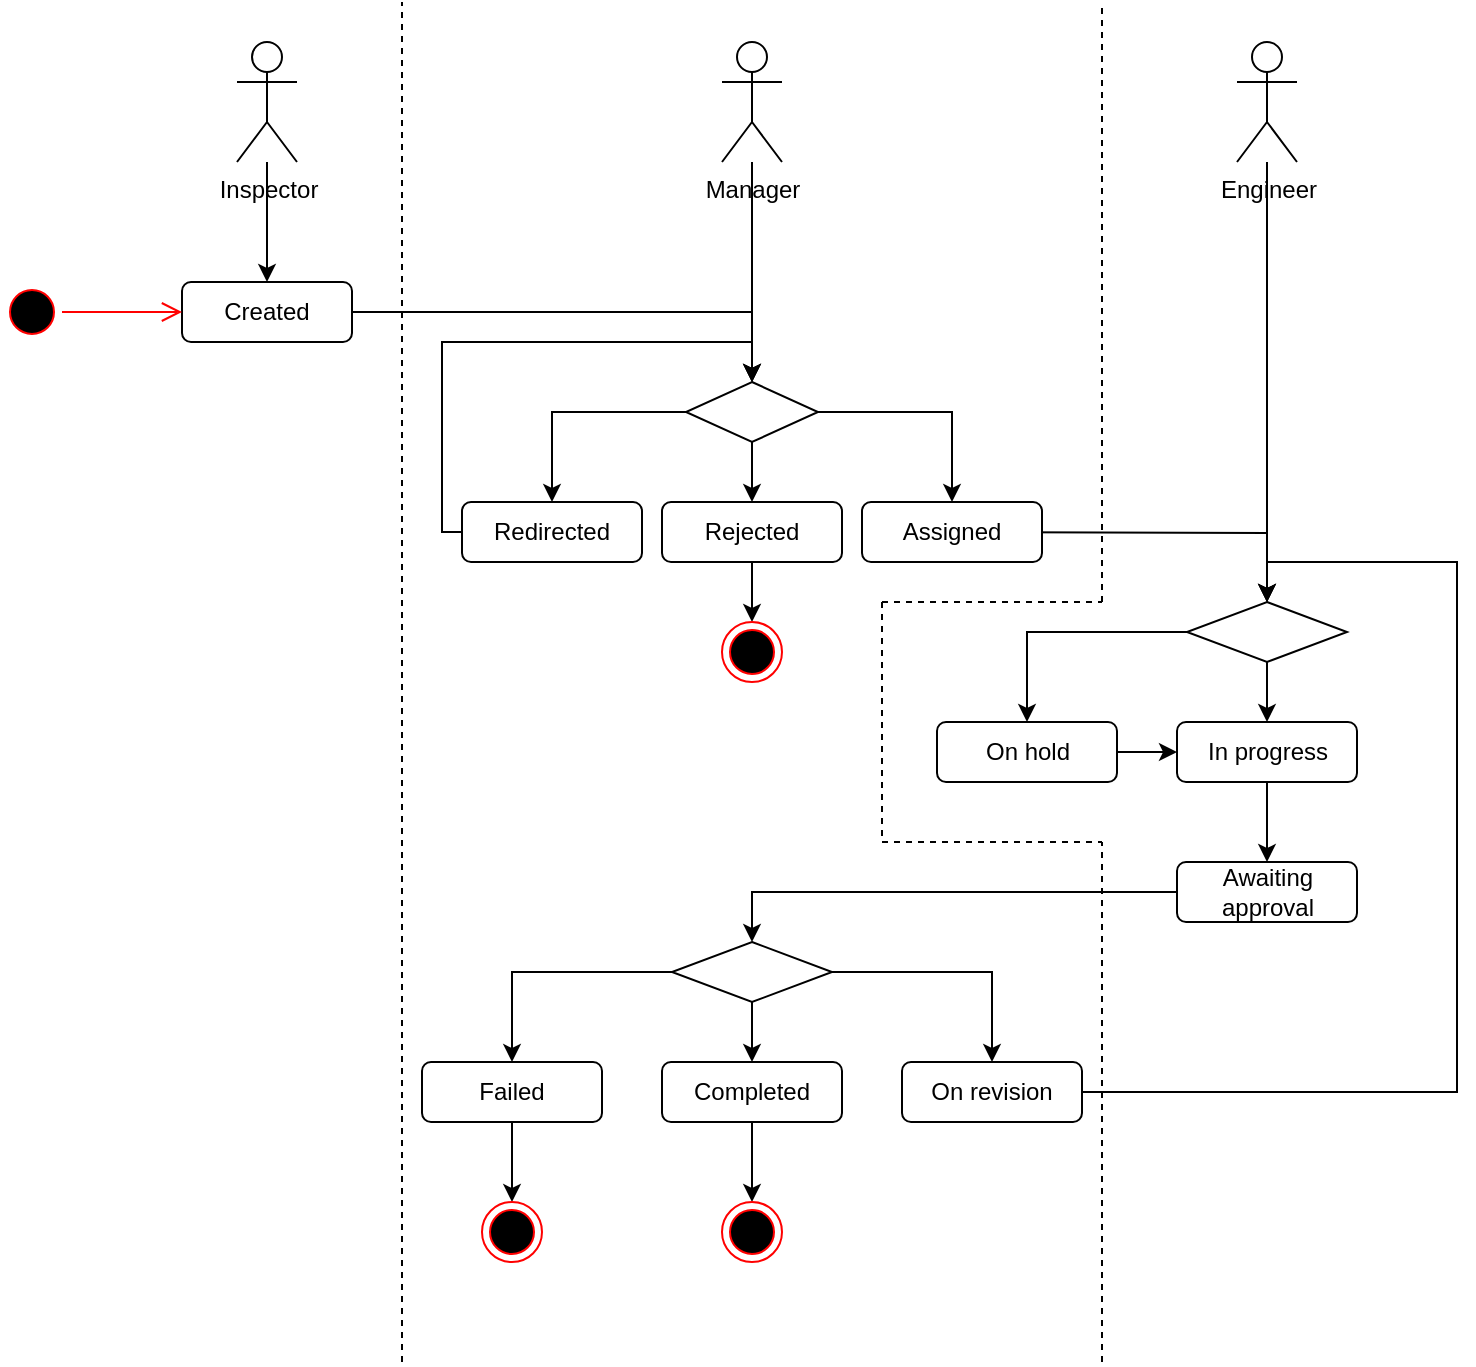
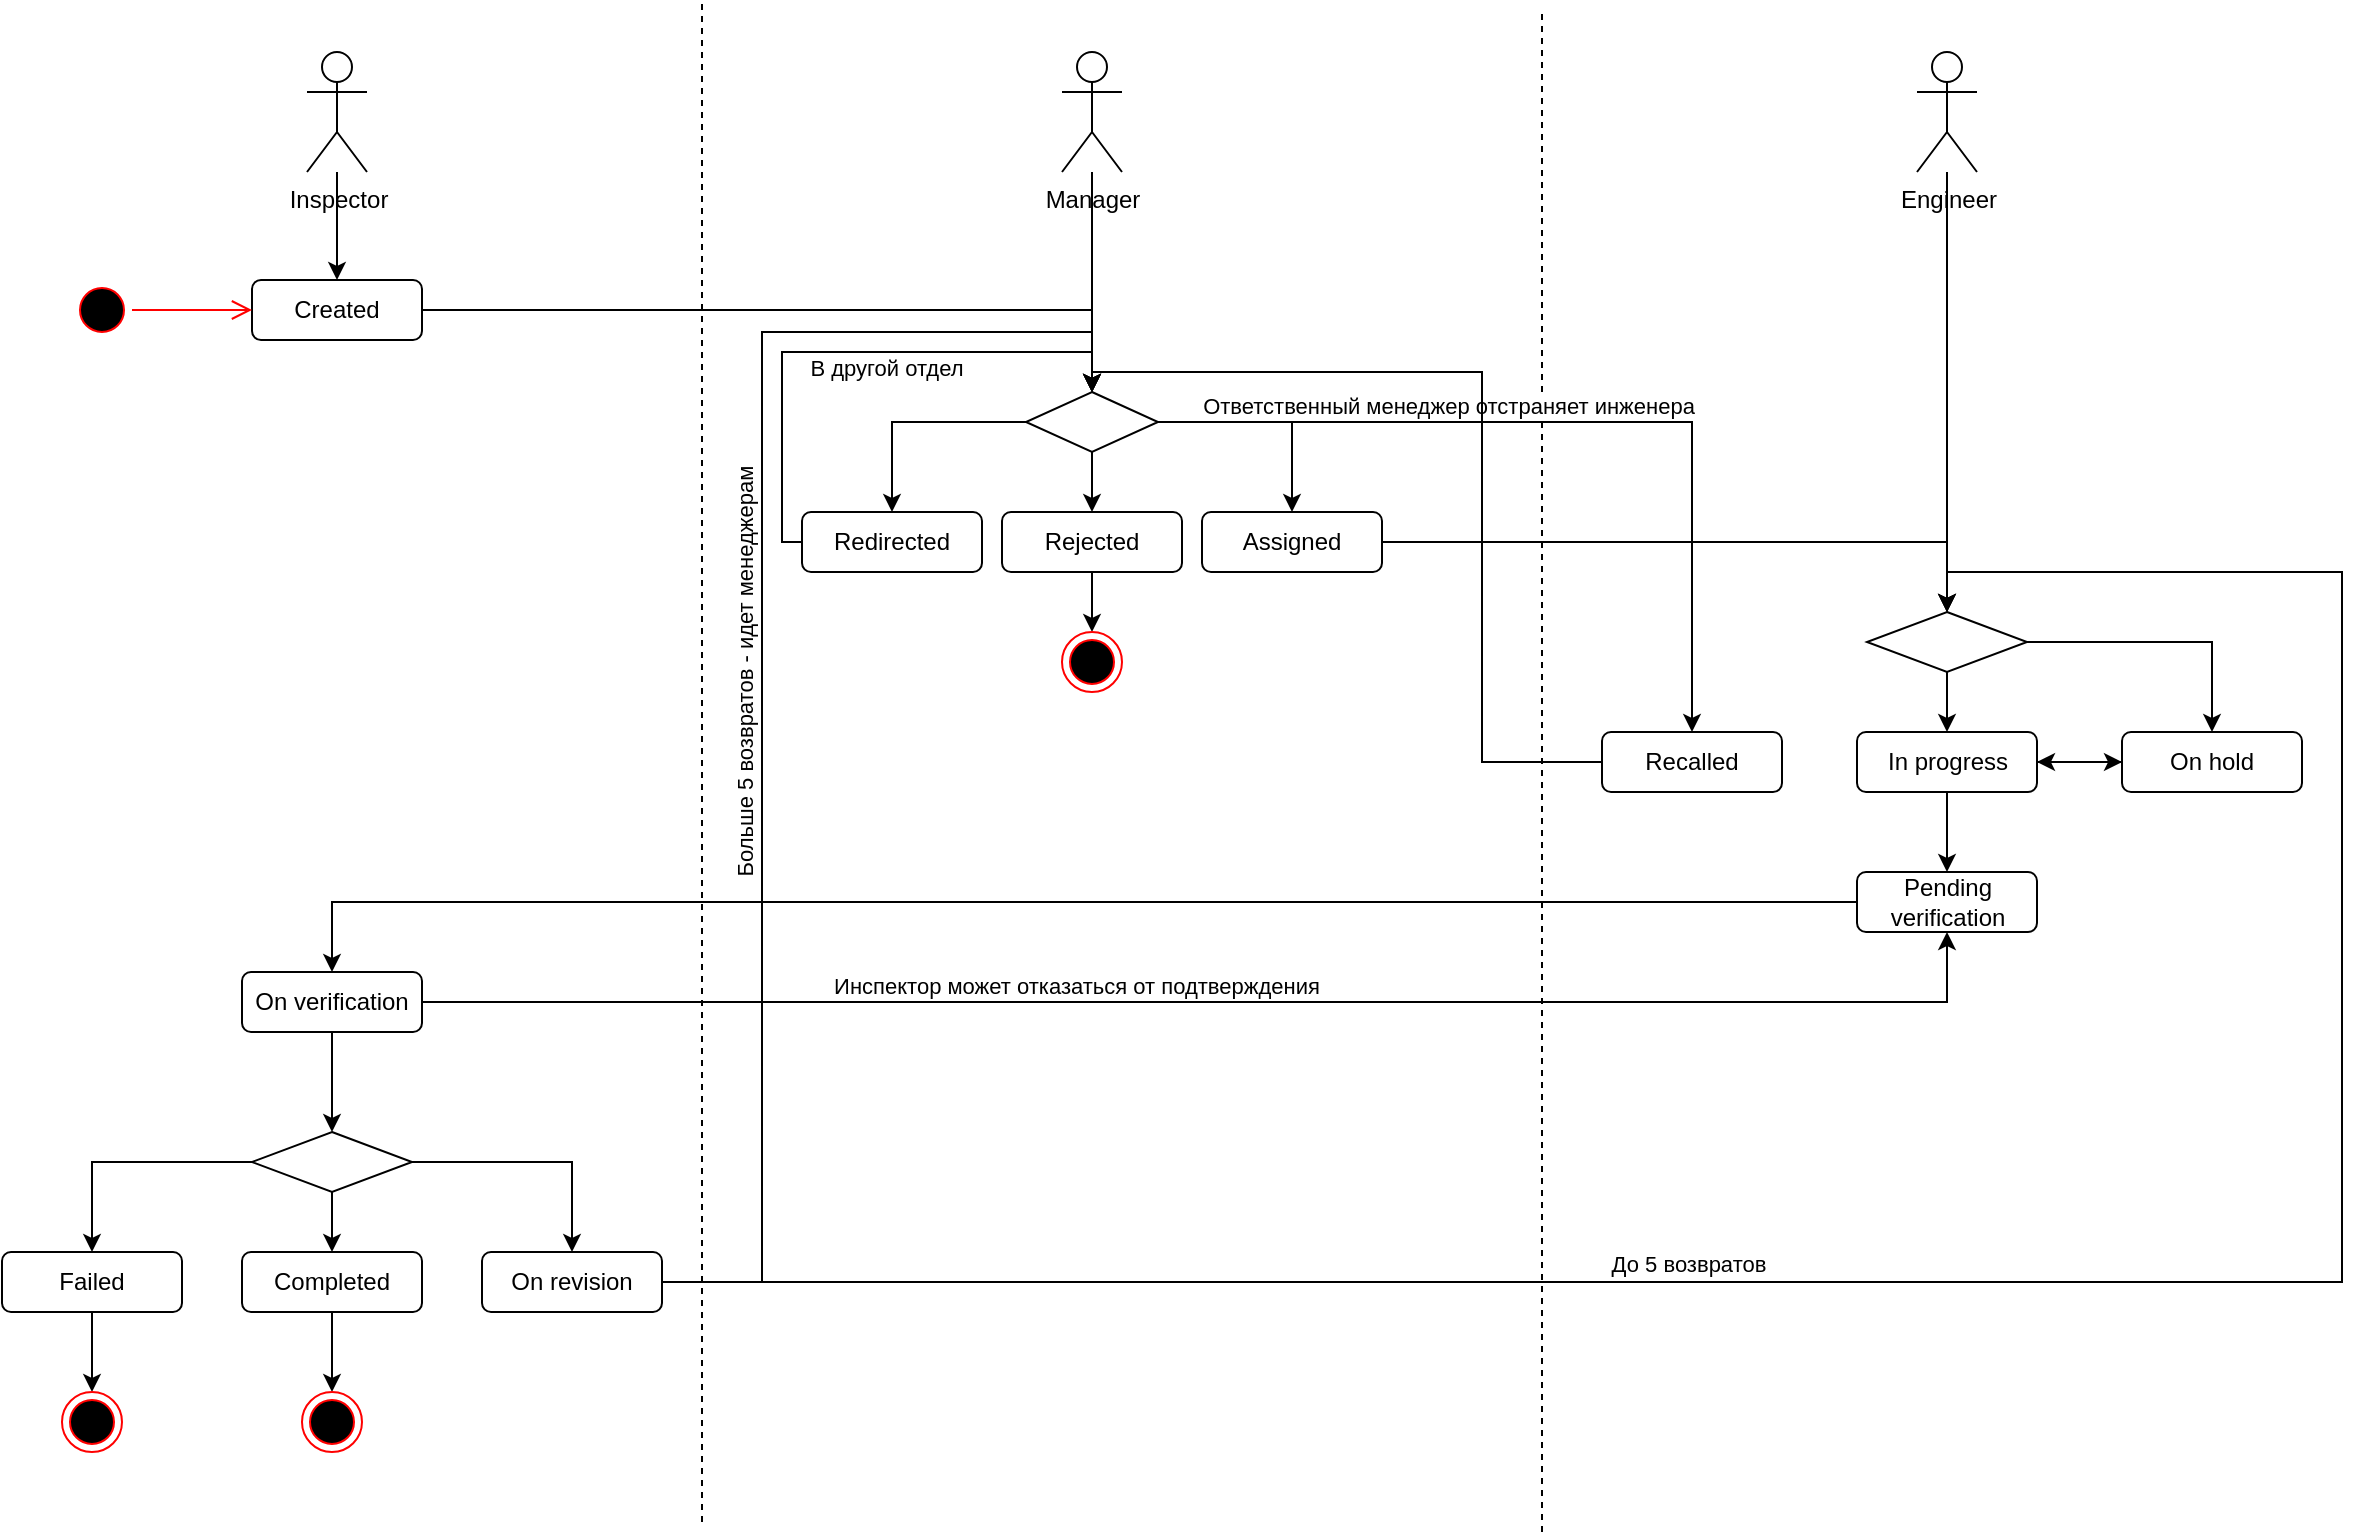
<mxfile host="app.diagrams.net">
  <diagram name="Страница-1" id="VGqS1hN4Rbi0jFYiUq4c">
-     <mxGraphModel dx="1414" dy="777" grid="1" gridSize="10" guides="1" tooltips="1" connect="1" arrows="1" fold="1" page="1" pageScale="1" pageWidth="827" pageHeight="1169" math="0" shadow="0">
+     <mxGraphModel dx="2241" dy="777" grid="1" gridSize="10" guides="1" tooltips="1" connect="1" arrows="1" fold="1" page="1" pageScale="1" pageWidth="827" pageHeight="1169" math="0" shadow="0">
      <root>
        <mxCell id="0" />
        <mxCell id="1" parent="0" />
-         <mxCell id="AjYglrGNXmnf-Mt2epWx-57" edge="1" parent="1" style="endArrow=none;dashed=1;html=1;rounded=0;" value="">
+         <mxCell id="AjYglrGNXmnf-Mt2epWx-57" edge="1" parent="1" style="endArrow=none;dashed=1;html=1;rounded=0;strokeColor=light-dark(#000000,#919191);" value="">
          <mxGeometry height="50" relative="1" width="50" as="geometry">
-             <mxPoint x="280" y="720" as="sourcePoint" />
-             <mxPoint x="280" y="40" as="targetPoint" />
-           </mxGeometry>
-         </mxCell>
-         <mxCell id="AjYglrGNXmnf-Mt2epWx-58" edge="1" parent="1" style="endArrow=none;dashed=1;html=1;rounded=0;" value="">
+             <mxPoint x="260" y="795" as="sourcePoint" />
+             <mxPoint x="260" y="35" as="targetPoint" />
+           </mxGeometry>
+         </mxCell>
+         <mxCell id="AjYglrGNXmnf-Mt2epWx-58" edge="1" parent="1" style="endArrow=none;dashed=1;html=1;rounded=0;strokeColor=light-dark(#000000,#858585);" value="">
          <mxGeometry height="50" relative="1" width="50" as="geometry">
-             <mxPoint x="630" y="340" as="sourcePoint" />
-             <mxPoint x="630" y="40" as="targetPoint" />
+             <mxPoint x="680" y="800" as="sourcePoint" />
+             <mxPoint x="680" y="40" as="targetPoint" />
          </mxGeometry>
        </mxCell>
        <mxCell id="AjYglrGNXmnf-Mt2epWx-17" edge="1" parent="1" source="AjYglrGNXmnf-Mt2epWx-2" style="edgeStyle=orthogonalEdgeStyle;rounded=0;orthogonalLoop=1;jettySize=auto;html=1;entryX=0.5;entryY=0;entryDx=0;entryDy=0;" target="AjYglrGNXmnf-Mt2epWx-11">
          <mxGeometry relative="1" as="geometry" />
        </mxCell>
        <mxCell id="AjYglrGNXmnf-Mt2epWx-2" parent="1" style="shape=umlActor;verticalLabelPosition=bottom;verticalAlign=top;html=1;outlineConnect=0;" value="Manager" vertex="1">
          <mxGeometry height="60" width="30" x="440" y="60" as="geometry" />
        </mxCell>
        <mxCell id="AjYglrGNXmnf-Mt2epWx-9" edge="1" parent="1" source="AjYglrGNXmnf-Mt2epWx-4" style="edgeStyle=orthogonalEdgeStyle;rounded=0;orthogonalLoop=1;jettySize=auto;html=1;entryX=0.5;entryY=0;entryDx=0;entryDy=0;" target="AjYglrGNXmnf-Mt2epWx-8">
          <mxGeometry relative="1" as="geometry" />
        </mxCell>
        <mxCell id="AjYglrGNXmnf-Mt2epWx-4" parent="1" style="shape=umlActor;verticalLabelPosition=bottom;verticalAlign=top;html=1;outlineConnect=0;" value="Inspector" vertex="1">
-           <mxGeometry height="60" width="30" x="197.5" y="60" as="geometry" />
+           <mxGeometry height="60" width="30" x="62.5" y="60" as="geometry" />
        </mxCell>
        <mxCell id="AjYglrGNXmnf-Mt2epWx-24" edge="1" parent="1" source="AjYglrGNXmnf-Mt2epWx-5" style="edgeStyle=orthogonalEdgeStyle;rounded=0;orthogonalLoop=1;jettySize=auto;html=1;entryX=0.5;entryY=0;entryDx=0;entryDy=0;" target="AjYglrGNXmnf-Mt2epWx-22">
          <mxGeometry relative="1" as="geometry" />
        </mxCell>
        <mxCell id="AjYglrGNXmnf-Mt2epWx-5" parent="1" style="shape=umlActor;verticalLabelPosition=bottom;verticalAlign=top;html=1;outlineConnect=0;" value="Engineer" vertex="1">
-           <mxGeometry height="60" width="30" x="697.5" y="60" as="geometry" />
+           <mxGeometry height="60" width="30" x="867.5" y="60" as="geometry" />
        </mxCell>
        <mxCell id="AjYglrGNXmnf-Mt2epWx-12" edge="1" parent="1" source="AjYglrGNXmnf-Mt2epWx-8" style="edgeStyle=orthogonalEdgeStyle;rounded=0;orthogonalLoop=1;jettySize=auto;html=1;entryX=0.5;entryY=0;entryDx=0;entryDy=0;" target="AjYglrGNXmnf-Mt2epWx-11">
          <mxGeometry relative="1" as="geometry" />
        </mxCell>
        <mxCell id="AjYglrGNXmnf-Mt2epWx-8" parent="1" style="rounded=1;whiteSpace=wrap;html=1;" value="Created" vertex="1">
-           <mxGeometry height="30" width="85" x="170" y="180" as="geometry" />
+           <mxGeometry height="30" width="85" x="35" y="174" as="geometry" />
        </mxCell>
        <mxCell id="AjYglrGNXmnf-Mt2epWx-15" edge="1" parent="1" source="AjYglrGNXmnf-Mt2epWx-11" style="edgeStyle=orthogonalEdgeStyle;rounded=0;orthogonalLoop=1;jettySize=auto;html=1;entryX=0.5;entryY=0;entryDx=0;entryDy=0;" target="AjYglrGNXmnf-Mt2epWx-13">
          <mxGeometry relative="1" as="geometry" />
        </mxCell>
        <mxCell id="AjYglrGNXmnf-Mt2epWx-16" edge="1" parent="1" source="AjYglrGNXmnf-Mt2epWx-11" style="edgeStyle=orthogonalEdgeStyle;rounded=0;orthogonalLoop=1;jettySize=auto;html=1;entryX=0.5;entryY=0;entryDx=0;entryDy=0;" target="AjYglrGNXmnf-Mt2epWx-14">
          <mxGeometry relative="1" as="geometry" />
        </mxCell>
        <mxCell id="AjYglrGNXmnf-Mt2epWx-29" edge="1" parent="1" source="AjYglrGNXmnf-Mt2epWx-11" style="edgeStyle=orthogonalEdgeStyle;rounded=0;orthogonalLoop=1;jettySize=auto;html=1;entryX=0.5;entryY=0;entryDx=0;entryDy=0;" target="AjYglrGNXmnf-Mt2epWx-28">
          <mxGeometry relative="1" as="geometry" />
+         </mxCell>
+         <mxCell id="JeZYQ9003ZWiv7SrcrXf-7" edge="1" parent="1" source="AjYglrGNXmnf-Mt2epWx-11" style="edgeStyle=orthogonalEdgeStyle;rounded=0;orthogonalLoop=1;jettySize=auto;html=1;entryX=0.5;entryY=0;entryDx=0;entryDy=0;" target="JeZYQ9003ZWiv7SrcrXf-5">
+           <mxGeometry relative="1" as="geometry" />
+         </mxCell>
+         <mxCell id="JeZYQ9003ZWiv7SrcrXf-9" connectable="0" parent="JeZYQ9003ZWiv7SrcrXf-7" style="edgeLabel;html=1;align=center;verticalAlign=middle;resizable=0;points=[];rotation=0;" value="Ответственный менеджер отстраняет инженера" vertex="1">
+           <mxGeometry relative="1" x="0.0221" y="-1" as="geometry">
+             <mxPoint x="-71" y="-9" as="offset" />
+           </mxGeometry>
        </mxCell>
        <mxCell id="AjYglrGNXmnf-Mt2epWx-11" parent="1" style="rhombus;whiteSpace=wrap;html=1;" value="" vertex="1">
          <mxGeometry height="30" width="66" x="422" y="230" as="geometry" />
        </mxCell>
-         <mxCell id="AjYglrGNXmnf-Mt2epWx-23" edge="1" parent="1" style="edgeStyle=orthogonalEdgeStyle;rounded=0;orthogonalLoop=1;jettySize=auto;html=1;entryX=0.5;entryY=0;entryDx=0;entryDy=0;" target="AjYglrGNXmnf-Mt2epWx-22">
-           <mxGeometry relative="1" as="geometry">
-             <mxPoint x="537.5" y="305" as="sourcePoint" />
-           </mxGeometry>
+         <mxCell id="JeZYQ9003ZWiv7SrcrXf-1" edge="1" parent="1" source="AjYglrGNXmnf-Mt2epWx-13" style="edgeStyle=orthogonalEdgeStyle;rounded=0;orthogonalLoop=1;jettySize=auto;html=1;entryX=0.5;entryY=0;entryDx=0;entryDy=0;" target="AjYglrGNXmnf-Mt2epWx-22">
+           <mxGeometry relative="1" as="geometry" />
        </mxCell>
        <mxCell id="AjYglrGNXmnf-Mt2epWx-13" parent="1" style="rounded=1;whiteSpace=wrap;html=1;" value="Assigned" vertex="1">
          <mxGeometry height="30" width="90" x="510" y="290" as="geometry" />
        </mxCell>
        <mxCell id="AjYglrGNXmnf-Mt2epWx-18" edge="1" parent="1" source="AjYglrGNXmnf-Mt2epWx-14" style="edgeStyle=orthogonalEdgeStyle;rounded=0;orthogonalLoop=1;jettySize=auto;html=1;entryX=0.5;entryY=0;entryDx=0;entryDy=0;" target="AjYglrGNXmnf-Mt2epWx-11">
          <mxGeometry relative="1" as="geometry">
            <Array as="points">
              <mxPoint x="300" y="305" />
              <mxPoint x="300" y="210" />
              <mxPoint x="455" y="210" />
            </Array>
          </mxGeometry>
        </mxCell>
+         <mxCell id="JeZYQ9003ZWiv7SrcrXf-19" connectable="0" parent="AjYglrGNXmnf-Mt2epWx-18" style="edgeLabel;html=1;align=center;verticalAlign=middle;resizable=0;points=[];" value="В другой отдел" vertex="1">
+           <mxGeometry relative="1" x="-0.0278" y="-2" as="geometry">
+             <mxPoint x="21" y="6" as="offset" />
+           </mxGeometry>
+         </mxCell>
        <mxCell id="AjYglrGNXmnf-Mt2epWx-14" parent="1" style="rounded=1;whiteSpace=wrap;html=1;" value="Redirected" vertex="1">
          <mxGeometry height="30" width="90" x="310" y="290" as="geometry" />
        </mxCell>
        <mxCell id="AjYglrGNXmnf-Mt2epWx-36" edge="1" parent="1" source="AjYglrGNXmnf-Mt2epWx-22" style="edgeStyle=orthogonalEdgeStyle;rounded=0;orthogonalLoop=1;jettySize=auto;html=1;entryX=0.5;entryY=0;entryDx=0;entryDy=0;" target="AjYglrGNXmnf-Mt2epWx-26">
          <mxGeometry relative="1" as="geometry" />
        </mxCell>
-         <mxCell id="AjYglrGNXmnf-Mt2epWx-37" edge="1" parent="1" source="AjYglrGNXmnf-Mt2epWx-22" style="edgeStyle=orthogonalEdgeStyle;rounded=0;orthogonalLoop=1;jettySize=auto;html=1;entryX=0.5;entryY=0;entryDx=0;entryDy=0;" target="AjYglrGNXmnf-Mt2epWx-25">
-           <mxGeometry relative="1" as="geometry">
-             <Array as="points">
-               <mxPoint x="592.5" y="355" />
-             </Array>
-           </mxGeometry>
+         <mxCell id="JeZYQ9003ZWiv7SrcrXf-3" edge="1" parent="1" source="AjYglrGNXmnf-Mt2epWx-22" style="edgeStyle=orthogonalEdgeStyle;rounded=0;orthogonalLoop=1;jettySize=auto;html=1;entryX=0.5;entryY=0;entryDx=0;entryDy=0;" target="AjYglrGNXmnf-Mt2epWx-25">
+           <mxGeometry relative="1" as="geometry" />
        </mxCell>
        <mxCell id="AjYglrGNXmnf-Mt2epWx-22" parent="1" style="rhombus;whiteSpace=wrap;html=1;" value="" vertex="1">
-           <mxGeometry height="30" width="80" x="672.5" y="340" as="geometry" />
-         </mxCell>
-         <mxCell id="AjYglrGNXmnf-Mt2epWx-39" edge="1" parent="1" source="AjYglrGNXmnf-Mt2epWx-25" style="edgeStyle=orthogonalEdgeStyle;rounded=0;orthogonalLoop=1;jettySize=auto;html=1;entryX=0;entryY=0.5;entryDx=0;entryDy=0;" target="AjYglrGNXmnf-Mt2epWx-26">
+           <mxGeometry height="30" width="80" x="842.5" y="340" as="geometry" />
+         </mxCell>
+         <mxCell id="JeZYQ9003ZWiv7SrcrXf-4" edge="1" parent="1" source="AjYglrGNXmnf-Mt2epWx-25" style="edgeStyle=orthogonalEdgeStyle;rounded=0;orthogonalLoop=1;jettySize=auto;html=1;" target="AjYglrGNXmnf-Mt2epWx-26">
          <mxGeometry relative="1" as="geometry" />
        </mxCell>
        <mxCell id="AjYglrGNXmnf-Mt2epWx-25" parent="1" style="rounded=1;whiteSpace=wrap;html=1;" value="On hold" vertex="1">
-           <mxGeometry height="30" width="90" x="547.5" y="400" as="geometry" />
+           <mxGeometry height="30" width="90" x="970" y="400" as="geometry" />
        </mxCell>
        <mxCell id="AjYglrGNXmnf-Mt2epWx-41" edge="1" parent="1" source="AjYglrGNXmnf-Mt2epWx-26" style="edgeStyle=orthogonalEdgeStyle;rounded=0;orthogonalLoop=1;jettySize=auto;html=1;" target="AjYglrGNXmnf-Mt2epWx-40">
          <mxGeometry relative="1" as="geometry" />
        </mxCell>
+         <mxCell id="JeZYQ9003ZWiv7SrcrXf-20" edge="1" parent="1" source="AjYglrGNXmnf-Mt2epWx-26" style="edgeStyle=orthogonalEdgeStyle;rounded=0;orthogonalLoop=1;jettySize=auto;html=1;entryX=0;entryY=0.5;entryDx=0;entryDy=0;" target="AjYglrGNXmnf-Mt2epWx-25">
+           <mxGeometry relative="1" as="geometry" />
+         </mxCell>
        <mxCell id="AjYglrGNXmnf-Mt2epWx-26" parent="1" style="rounded=1;whiteSpace=wrap;html=1;" value="In progress" vertex="1">
-           <mxGeometry height="30" width="90" x="667.5" y="400" as="geometry" />
+           <mxGeometry height="30" width="90" x="837.5" y="400" as="geometry" />
        </mxCell>
        <mxCell id="AjYglrGNXmnf-Mt2epWx-33" edge="1" parent="1" source="AjYglrGNXmnf-Mt2epWx-28" style="edgeStyle=orthogonalEdgeStyle;rounded=0;orthogonalLoop=1;jettySize=auto;html=1;entryX=0.5;entryY=0;entryDx=0;entryDy=0;" target="AjYglrGNXmnf-Mt2epWx-30">
          <mxGeometry relative="1" as="geometry" />
        </mxCell>
        <mxCell id="AjYglrGNXmnf-Mt2epWx-28" parent="1" style="rounded=1;whiteSpace=wrap;html=1;" value="Rejected" vertex="1">
          <mxGeometry height="30" width="90" x="410" y="290" as="geometry" />
        </mxCell>
        <mxCell id="AjYglrGNXmnf-Mt2epWx-30" parent="1" style="ellipse;html=1;shape=endState;fillColor=#000000;strokeColor=#ff0000;" value="" vertex="1">
          <mxGeometry height="30" width="30" x="440" y="350" as="geometry" />
        </mxCell>
        <mxCell id="AjYglrGNXmnf-Mt2epWx-31" parent="1" style="ellipse;html=1;shape=startState;fillColor=#000000;strokeColor=#ff0000;" value="" vertex="1">
-           <mxGeometry height="30" width="30" x="80" y="180" as="geometry" />
+           <mxGeometry height="30" width="30" x="-55" y="174" as="geometry" />
        </mxCell>
        <mxCell id="AjYglrGNXmnf-Mt2epWx-32" edge="1" parent="1" source="AjYglrGNXmnf-Mt2epWx-31" style="edgeStyle=orthogonalEdgeStyle;html=1;verticalAlign=bottom;endArrow=open;endSize=8;strokeColor=#ff0000;rounded=0;entryX=0;entryY=0.5;entryDx=0;entryDy=0;" target="AjYglrGNXmnf-Mt2epWx-8" value="">
          <mxGeometry relative="1" as="geometry">
-             <mxPoint x="105" y="260" as="targetPoint" />
-           </mxGeometry>
-         </mxCell>
-         <mxCell id="AjYglrGNXmnf-Mt2epWx-49" edge="1" parent="1" source="AjYglrGNXmnf-Mt2epWx-40" style="edgeStyle=orthogonalEdgeStyle;rounded=0;orthogonalLoop=1;jettySize=auto;html=1;entryX=0.5;entryY=0;entryDx=0;entryDy=0;" target="AjYglrGNXmnf-Mt2epWx-42">
-           <mxGeometry relative="1" as="geometry" />
-         </mxCell>
-         <mxCell id="AjYglrGNXmnf-Mt2epWx-40" parent="1" style="rounded=1;whiteSpace=wrap;html=1;" value="Awaiting approval" vertex="1">
-           <mxGeometry height="30" width="90" x="667.5" y="470" as="geometry" />
+             <mxPoint x="-30" y="254" as="targetPoint" />
+           </mxGeometry>
+         </mxCell>
+         <mxCell id="AjYglrGNXmnf-Mt2epWx-49" edge="1" parent="1" source="JeZYQ9003ZWiv7SrcrXf-12" style="edgeStyle=orthogonalEdgeStyle;rounded=0;orthogonalLoop=1;jettySize=auto;html=1;entryX=0.5;entryY=0;entryDx=0;entryDy=0;" target="AjYglrGNXmnf-Mt2epWx-42">
+           <mxGeometry relative="1" as="geometry" />
+         </mxCell>
+         <mxCell id="AjYglrGNXmnf-Mt2epWx-40" parent="1" style="rounded=1;whiteSpace=wrap;html=1;" value="&lt;p&gt;Pending verification&lt;/p&gt;" vertex="1">
+           <mxGeometry height="30" width="90" x="837.5" y="470" as="geometry" />
        </mxCell>
        <mxCell id="AjYglrGNXmnf-Mt2epWx-47" edge="1" parent="1" source="AjYglrGNXmnf-Mt2epWx-42" style="edgeStyle=orthogonalEdgeStyle;rounded=0;orthogonalLoop=1;jettySize=auto;html=1;entryX=0.5;entryY=0;entryDx=0;entryDy=0;" target="AjYglrGNXmnf-Mt2epWx-44">
          <mxGeometry relative="1" as="geometry" />
        </mxCell>
        <mxCell id="AjYglrGNXmnf-Mt2epWx-48" edge="1" parent="1" source="AjYglrGNXmnf-Mt2epWx-42" style="edgeStyle=orthogonalEdgeStyle;rounded=0;orthogonalLoop=1;jettySize=auto;html=1;entryX=0.5;entryY=0;entryDx=0;entryDy=0;" target="AjYglrGNXmnf-Mt2epWx-46">
          <mxGeometry relative="1" as="geometry" />
        </mxCell>
        <mxCell id="AjYglrGNXmnf-Mt2epWx-50" edge="1" parent="1" source="AjYglrGNXmnf-Mt2epWx-42" style="edgeStyle=orthogonalEdgeStyle;rounded=0;orthogonalLoop=1;jettySize=auto;html=1;entryX=0.5;entryY=0;entryDx=0;entryDy=0;" target="AjYglrGNXmnf-Mt2epWx-45">
          <mxGeometry relative="1" as="geometry" />
        </mxCell>
        <mxCell id="AjYglrGNXmnf-Mt2epWx-42" parent="1" style="rhombus;whiteSpace=wrap;html=1;" value="" vertex="1">
-           <mxGeometry height="30" width="80" x="415" y="510" as="geometry" />
+           <mxGeometry height="30" width="80" x="35" y="600" as="geometry" />
        </mxCell>
        <mxCell id="AjYglrGNXmnf-Mt2epWx-55" edge="1" parent="1" source="AjYglrGNXmnf-Mt2epWx-44" style="edgeStyle=orthogonalEdgeStyle;rounded=0;orthogonalLoop=1;jettySize=auto;html=1;entryX=0.5;entryY=0;entryDx=0;entryDy=0;" target="AjYglrGNXmnf-Mt2epWx-51">
          <mxGeometry relative="1" as="geometry" />
        </mxCell>
        <mxCell id="AjYglrGNXmnf-Mt2epWx-44" parent="1" style="rounded=1;whiteSpace=wrap;html=1;" value="Completed" vertex="1">
-           <mxGeometry height="30" width="90" x="410" y="570" as="geometry" />
+           <mxGeometry height="30" width="90" x="30" y="660" as="geometry" />
        </mxCell>
        <mxCell id="AjYglrGNXmnf-Mt2epWx-53" edge="1" parent="1" source="AjYglrGNXmnf-Mt2epWx-45" style="edgeStyle=orthogonalEdgeStyle;rounded=0;orthogonalLoop=1;jettySize=auto;html=1;" target="AjYglrGNXmnf-Mt2epWx-52">
          <mxGeometry relative="1" as="geometry" />
        </mxCell>
        <mxCell id="AjYglrGNXmnf-Mt2epWx-45" parent="1" style="rounded=1;whiteSpace=wrap;html=1;" value="Failed" vertex="1">
-           <mxGeometry height="30" width="90" x="290" y="570" as="geometry" />
-         </mxCell>
-         <mxCell id="AjYglrGNXmnf-Mt2epWx-56" edge="1" parent="1" source="AjYglrGNXmnf-Mt2epWx-46" style="edgeStyle=orthogonalEdgeStyle;rounded=0;orthogonalLoop=1;jettySize=auto;html=1;entryX=0.5;entryY=0;entryDx=0;entryDy=0;" target="AjYglrGNXmnf-Mt2epWx-22">
-           <mxGeometry relative="1" as="geometry">
-             <Array as="points">
-               <mxPoint x="807.5" y="585" />
-               <mxPoint x="807.5" y="320" />
-               <mxPoint x="712.5" y="320" />
-             </Array>
+           <mxGeometry height="30" width="90" x="-90" y="660" as="geometry" />
+         </mxCell>
+         <mxCell id="AjYglrGNXmnf-Mt2epWx-56" edge="1" parent="1" source="AjYglrGNXmnf-Mt2epWx-46" style="edgeStyle=orthogonalEdgeStyle;rounded=0;orthogonalLoop=1;jettySize=auto;html=1;entryX=0.5;entryY=0;entryDx=0;entryDy=0;exitX=1;exitY=0.5;exitDx=0;exitDy=0;" target="AjYglrGNXmnf-Mt2epWx-22">
+           <mxGeometry relative="1" as="geometry">
+             <Array as="points">
+               <mxPoint x="1080" y="675" />
+               <mxPoint x="1080" y="320" />
+               <mxPoint x="883" y="320" />
+             </Array>
+           </mxGeometry>
+         </mxCell>
+         <mxCell id="JeZYQ9003ZWiv7SrcrXf-10" connectable="0" parent="AjYglrGNXmnf-Mt2epWx-56" style="edgeLabel;html=1;align=center;verticalAlign=middle;resizable=0;points=[];" value="До 5 возвратов" vertex="1">
+           <mxGeometry relative="1" x="-0.2899" y="-3" as="geometry">
+             <mxPoint x="11" y="-12" as="offset" />
+           </mxGeometry>
+         </mxCell>
+         <mxCell id="JeZYQ9003ZWiv7SrcrXf-17" edge="1" parent="1" source="AjYglrGNXmnf-Mt2epWx-46" style="edgeStyle=orthogonalEdgeStyle;rounded=0;orthogonalLoop=1;jettySize=auto;html=1;entryX=0.5;entryY=0;entryDx=0;entryDy=0;" target="AjYglrGNXmnf-Mt2epWx-11">
+           <mxGeometry relative="1" as="geometry">
+             <Array as="points">
+               <mxPoint x="290" y="675" />
+               <mxPoint x="290" y="200" />
+               <mxPoint x="455" y="200" />
+             </Array>
+           </mxGeometry>
+         </mxCell>
+         <mxCell id="JeZYQ9003ZWiv7SrcrXf-18" connectable="0" parent="JeZYQ9003ZWiv7SrcrXf-17" style="edgeLabel;html=1;align=center;verticalAlign=middle;resizable=0;points=[];rotation=-90;" value="Больше 5 возвратов - идет менеджерам" vertex="1">
+           <mxGeometry relative="1" x="-0.2249" y="-1" as="geometry">
+             <mxPoint x="-10" y="-76" as="offset" />
          </mxGeometry>
        </mxCell>
        <mxCell id="AjYglrGNXmnf-Mt2epWx-46" parent="1" style="rounded=1;whiteSpace=wrap;html=1;" value="On revision" vertex="1">
-           <mxGeometry height="30" width="90" x="530" y="570" as="geometry" />
+           <mxGeometry height="30" width="90" x="150" y="660" as="geometry" />
        </mxCell>
        <mxCell id="AjYglrGNXmnf-Mt2epWx-51" parent="1" style="ellipse;html=1;shape=endState;fillColor=#000000;strokeColor=#ff0000;" value="" vertex="1">
-           <mxGeometry height="30" width="30" x="440" y="640" as="geometry" />
+           <mxGeometry height="30" width="30" x="60" y="730" as="geometry" />
        </mxCell>
        <mxCell id="AjYglrGNXmnf-Mt2epWx-52" parent="1" style="ellipse;html=1;shape=endState;fillColor=#000000;strokeColor=#ff0000;" value="" vertex="1">
-           <mxGeometry height="30" width="30" x="320" y="640" as="geometry" />
-         </mxCell>
-         <mxCell id="AjYglrGNXmnf-Mt2epWx-60" edge="1" parent="1" style="endArrow=none;dashed=1;html=1;rounded=0;" value="">
-           <mxGeometry height="50" relative="1" width="50" as="geometry">
-             <mxPoint x="630" y="720" as="sourcePoint" />
-             <mxPoint x="630" y="460" as="targetPoint" />
-           </mxGeometry>
-         </mxCell>
-         <mxCell id="AjYglrGNXmnf-Mt2epWx-61" edge="1" parent="1" style="endArrow=none;dashed=1;html=1;rounded=0;" value="">
-           <mxGeometry height="50" relative="1" width="50" as="geometry">
-             <mxPoint x="520" y="460" as="sourcePoint" />
-             <mxPoint x="630" y="460" as="targetPoint" />
-           </mxGeometry>
-         </mxCell>
-         <mxCell id="AjYglrGNXmnf-Mt2epWx-62" edge="1" parent="1" style="endArrow=none;dashed=1;html=1;rounded=0;" value="">
-           <mxGeometry height="50" relative="1" width="50" as="geometry">
-             <mxPoint x="520" y="340" as="sourcePoint" />
-             <mxPoint x="630" y="340" as="targetPoint" />
-           </mxGeometry>
-         </mxCell>
-         <mxCell id="AjYglrGNXmnf-Mt2epWx-63" edge="1" parent="1" style="endArrow=none;dashed=1;html=1;rounded=0;" value="">
-           <mxGeometry height="50" relative="1" width="50" as="geometry">
-             <mxPoint x="520" y="340" as="sourcePoint" />
-             <mxPoint x="520" y="460" as="targetPoint" />
-           </mxGeometry>
+           <mxGeometry height="30" width="30" x="-60" y="730" as="geometry" />
+         </mxCell>
+         <mxCell id="JeZYQ9003ZWiv7SrcrXf-8" edge="1" parent="1" source="JeZYQ9003ZWiv7SrcrXf-5" style="edgeStyle=orthogonalEdgeStyle;rounded=0;orthogonalLoop=1;jettySize=auto;html=1;entryX=0.5;entryY=0;entryDx=0;entryDy=0;" target="AjYglrGNXmnf-Mt2epWx-11">
+           <mxGeometry relative="1" as="geometry">
+             <Array as="points">
+               <mxPoint x="650" y="415" />
+               <mxPoint x="650" y="220" />
+               <mxPoint x="455" y="220" />
+             </Array>
+           </mxGeometry>
+         </mxCell>
+         <mxCell id="JeZYQ9003ZWiv7SrcrXf-5" parent="1" style="rounded=1;whiteSpace=wrap;html=1;" value="Recalled" vertex="1">
+           <mxGeometry height="30" width="90" x="710" y="400" as="geometry" />
+         </mxCell>
+         <mxCell id="JeZYQ9003ZWiv7SrcrXf-13" edge="1" parent="1" source="AjYglrGNXmnf-Mt2epWx-40" style="edgeStyle=orthogonalEdgeStyle;rounded=0;orthogonalLoop=1;jettySize=auto;html=1;entryX=0.5;entryY=0;entryDx=0;entryDy=0;" target="JeZYQ9003ZWiv7SrcrXf-12" value="">
+           <mxGeometry relative="1" as="geometry">
+             <mxPoint x="838" y="485" as="sourcePoint" />
+             <mxPoint x="105" y="600" as="targetPoint" />
+           </mxGeometry>
+         </mxCell>
+         <mxCell id="JeZYQ9003ZWiv7SrcrXf-15" edge="1" parent="1" source="JeZYQ9003ZWiv7SrcrXf-12" style="edgeStyle=orthogonalEdgeStyle;rounded=0;orthogonalLoop=1;jettySize=auto;html=1;entryX=0.5;entryY=1;entryDx=0;entryDy=0;" target="AjYglrGNXmnf-Mt2epWx-40">
+           <mxGeometry relative="1" as="geometry" />
+         </mxCell>
+         <mxCell id="JeZYQ9003ZWiv7SrcrXf-16" connectable="0" parent="JeZYQ9003ZWiv7SrcrXf-15" style="edgeLabel;html=1;align=center;verticalAlign=middle;resizable=0;points=[];" value="Инспектор может отказаться от подтверждения" vertex="1">
+           <mxGeometry relative="1" x="-0.1813" y="1" as="geometry">
+             <mxPoint y="-7" as="offset" />
+           </mxGeometry>
+         </mxCell>
+         <mxCell id="JeZYQ9003ZWiv7SrcrXf-12" parent="1" style="rounded=1;whiteSpace=wrap;html=1;" value="On verification" vertex="1">
+           <mxGeometry height="30" width="90" x="30" y="520" as="geometry" />
        </mxCell>
      </root>
    </mxGraphModel>
  </diagram>
</mxfile>
